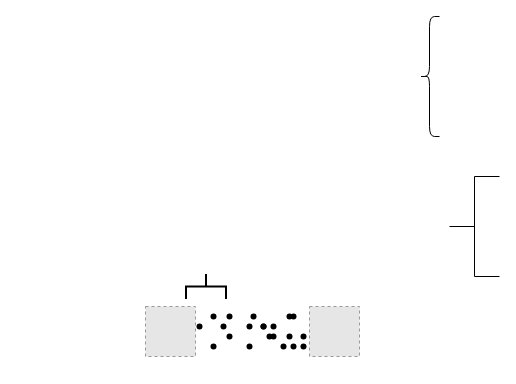
Before: page "Page-1" (1 of 2) of wisdom.drawio in wanggnoc/drawio, a draw.io diagram. Source tidied: cells renumbered, new cells numbered last; positions are measured from the earlier drawing's top-left corner, leaving out a move shared by most shapes. Both pictures are drawn from the tidied source at 100%, with x=0, y=0 at pixel (145, 16). Pictures stored in the file or linked from it are replaced by grey dashed boxes.
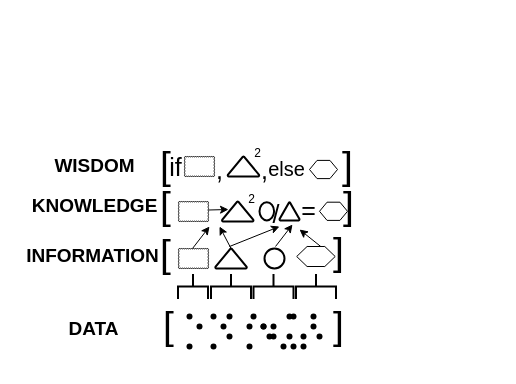
The same page after the edit.

The edit, as a diff of the source:
```diff
@@
-    <mxCell id="28" style="shape=curlyBracket;whiteSpace=wrap;html=1;rounded=1;" parent="1" vertex="1">
-      <mxGeometry x="274" width="20" height="120" as="geometry" />
-    </mxCell>
     <mxCell id="29" style="strokeWidth=2;html=1;shape=mxgraph.flowchart.annotation_2;align=left;labelPosition=right;rotation=90;" parent="1" vertex="1">
-      <mxGeometry x="48" y="250" width="25" height="40" as="geometry" />
+      <mxGeometry x="35" y="255" width="25" height="30" as="geometry" />
     </mxCell>
-    <mxCell id="30" style="html=1;shape=mxgraph.flowchart.annotation_2;align=left;labelPosition=right;" parent="1" vertex="1">
-      <mxGeometry x="304" y="160" width="50" height="100" as="geometry" />
-    </mxCell>
-    <mxCell id="31" style="fillColor=#E6E6E6;strokeColor=#999999;dashed=1;html=1;verticalAlign=top;verticalLabelPosition=bottom;labelBackgroundColor=#ffffff;" parent="1" vertex="1">
-      <mxGeometry y="290" width="50" height="50" as="geometry" />
-    </mxCell>
-    <mxCell id="32" style="fillColor=#E6E6E6;strokeColor=#999999;dashed=1;html=1;verticalAlign=top;verticalLabelPosition=bottom;labelBackgroundColor=#ffffff;" parent="1" vertex="1">
-      <mxGeometry x="164" y="290" width="50" height="50" as="geometry" />
-    </mxCell>
+    <mxCell id="33" style="strokeWidth=2;html=1;shape=mxgraph.flowchart.annotation_2;align=left;labelPosition=right;rotation=90;" parent="1" vertex="1">
+      <mxGeometry x="73" y="250" width="25" height="40" as="geometry" />
+    </mxCell>
+    <mxCell id="34" style="strokeWidth=2;html=1;shape=mxgraph.flowchart.annotation_2;align=left;labelPosition=right;rotation=90;" parent="1" vertex="1">
+      <mxGeometry x="158" y="250" width="25" height="40" as="geometry" />
+    </mxCell>
+    <mxCell id="35" style="strokeWidth=2;html=1;shape=mxgraph.flowchart.annotation_2;align=left;labelPosition=right;rotation=90;" parent="1" vertex="1">
+      <mxGeometry x="115.5" y="250" width="25" height="40" as="geometry" />
+    </mxCell>
+    <mxCell id="36" value="&lt;font style=&quot;font-size: 19px&quot;&gt;&lt;b&gt;DATA&lt;/b&gt;&lt;/font&gt;" style="text;html=1;align=center;verticalAlign=middle;strokeColor=none;" parent="1" vertex="1">
+      <mxGeometry x="-87" y="303" width="70" height="20" as="geometry" />
+    </mxCell>
+    <mxCell id="37" value="&lt;font style=&quot;font-size: 39px&quot;&gt;[&lt;/font&gt;" style="text;html=1;align=center;verticalAlign=middle;strokeColor=none;fontStyle=0;" parent="1" vertex="1">
+      <mxGeometry x="8" y="295" width="30" height="30" as="geometry" />
+    </mxCell>
+    <mxCell id="38" value="&lt;font style=&quot;font-size: 39px&quot;&gt;]&lt;/font&gt;" style="text;html=1;align=center;verticalAlign=middle;strokeColor=none;" parent="1" vertex="1">
+      <mxGeometry x="178" y="295" width="30" height="30" as="geometry" />
+    </mxCell>
+    <mxCell id="39" style="whiteSpace=wrap;html=1;shape=mxgraph.basic.cloud_rect;fontColor=#000000;" parent="1" vertex="1">
+      <mxGeometry x="33" y="232" width="30" height="20" as="geometry" />
+    </mxCell>
+    <mxCell id="40" style="strokeWidth=2;html=1;shape=mxgraph.flowchart.extract_or_measurement;whiteSpace=wrap;fontColor=#000000;" parent="1" vertex="1">
+      <mxGeometry x="69.8" y="232" width="31.5" height="20" as="geometry" />
+    </mxCell>
+    <mxCell id="41" style="strokeWidth=2;html=1;shape=mxgraph.flowchart.start_2;whiteSpace=wrap;fontColor=#000000;" parent="1" vertex="1">
+      <mxGeometry x="119" y="232" width="20" height="20" as="geometry" />
+    </mxCell>
+    <mxCell id="42" style="verticalLabelPosition=bottom;verticalAlign=top;html=1;shape=hexagon;perimeter=hexagonPerimeter2;arcSize=6;size=0.27;fontColor=#000000;" parent="1" vertex="1">
+      <mxGeometry x="151.2" y="230" width="38.5" height="20" as="geometry" />
+    </mxCell>
+    <mxCell id="43" style="endArrow=classic;html=1;fontColor=#000000;" parent="1" edge="1">
+      <mxGeometry relative="1" as="geometry">
+        <mxPoint x="47" y="232" as="sourcePoint" />
+        <mxPoint x="64" y="210" as="targetPoint" />
+      </mxGeometry>
+    </mxCell>
+    <mxCell id="44" style="endArrow=classic;html=1;fontColor=#000000;" parent="1" edge="1">
+      <mxGeometry relative="1" as="geometry">
+        <mxPoint x="130" y="230" as="sourcePoint" />
+        <mxPoint x="147" y="208" as="targetPoint" />
+      </mxGeometry>
+    </mxCell>
+    <mxCell id="45" style="endArrow=classic;html=1;fontColor=#000000;" parent="1" edge="1">
+      <mxGeometry relative="1" as="geometry">
+        <mxPoint x="84" y="230" as="sourcePoint" />
+        <mxPoint x="134" y="210" as="targetPoint" />
+      </mxGeometry>
+    </mxCell>
+    <mxCell id="46" style="endArrow=classic;html=1;fontColor=#000000;exitX=0.5;exitY=0;exitDx=0;exitDy=0;exitPerimeter=0;" parent="1" edge="1" source="40">
+      <mxGeometry relative="1" as="geometry">
+        <mxPoint x="74" y="210" as="targetPoint" />
+      </mxGeometry>
+    </mxCell>
+    <mxCell id="47" value="2" style="text;html=1;align=center;verticalAlign=middle;strokeColor=none;fontColor=#000000;" parent="1" vertex="1">
+      <mxGeometry x="95.5" y="173" width="20" height="20" as="geometry" />
+    </mxCell>
+    <mxCell id="48" style="group;" parent="1" vertex="1">
+      <mxGeometry x="114" y="173" width="80" height="43.6" as="geometry" />
+    </mxCell>
+    <mxCell id="49" value="=" style="text;html=1;align=center;verticalAlign=middle;strokeColor=none;fontSize=25;fontColor=#000000;" parent="48" vertex="1">
+      <mxGeometry x="34.2" width="30" height="40" as="geometry" />
+    </mxCell>
+    <mxCell id="50" style="group;" parent="48" vertex="1">
+      <mxGeometry y="3.6" width="80" height="40" as="geometry" />
+    </mxCell>
+    <mxCell id="51" value="&lt;font style=&quot;font-size: 25px&quot;&gt;/&amp;nbsp;&lt;/font&gt;" style="text;html=1;align=center;verticalAlign=middle;strokeColor=none;fontColor=#000000;fontSize=25;" parent="50" vertex="1">
+      <mxGeometry x="5.4" width="30" height="40" as="geometry" />
+    </mxCell>
+    <mxCell id="52" style="group;" parent="50" vertex="1">
+      <mxGeometry y="9.1" width="80" height="18.2" as="geometry" />
+    </mxCell>
+    <mxCell id="53" style="strokeWidth=2;html=1;shape=mxgraph.flowchart.start_2;whiteSpace=wrap;fontColor=#000000;" parent="52" vertex="1">
+      <mxGeometry width="14.6" height="18.2" as="geometry" />
+    </mxCell>
+    <mxCell id="54" style="strokeWidth=2;html=1;shape=mxgraph.flowchart.extract_or_measurement;whiteSpace=wrap;fontColor=#000000;" parent="52" vertex="1">
+      <mxGeometry x="20" width="20" height="18.2" as="geometry" />
+    </mxCell>
+    <mxCell id="55" style="verticalLabelPosition=bottom;verticalAlign=top;html=1;shape=hexagon;perimeter=hexagonPerimeter2;arcSize=6;size=0.27;fontColor=#000000;" parent="52" vertex="1">
+      <mxGeometry x="60" width="28" height="18.2" as="geometry" />
+    </mxCell>
+    <mxCell id="56" style="endArrow=classic;html=1;fontColor=#000000;exitX=0.625;exitY=0;exitDx=0;exitDy=0;" parent="1" edge="1" source="42">
+      <mxGeometry relative="1" as="geometry">
+        <mxPoint x="154" y="213" as="targetPoint" />
+        <Array as="points">
+          <mxPoint x="154" y="213" />
+        </Array>
+      </mxGeometry>
+    </mxCell>
+    <mxCell id="57" style="text;html=1;align=center;verticalAlign=middle;strokeColor=none;fontSize=25;fontColor=#000000;" parent="1" vertex="1">
+      <mxGeometry x="14" y="220" width="20" height="40" as="geometry" />
+    </mxCell>
+    <mxCell id="58" value="&lt;font style=&quot;font-size: 39px&quot;&gt;[&lt;/font&gt;" style="text;html=1;align=center;verticalAlign=middle;strokeColor=none;fontStyle=0;" parent="1" vertex="1">
+      <mxGeometry x="5" y="223" width="30" height="30" as="geometry" />
+    </mxCell>
+    <mxCell id="59" value="&lt;font style=&quot;font-size: 39px&quot;&gt;]&lt;/font&gt;" style="text;html=1;align=center;verticalAlign=middle;strokeColor=none;" parent="1" vertex="1">
+      <mxGeometry x="178" y="221" width="30" height="30" as="geometry" />
+    </mxCell>
+    <mxCell id="60" style="group;" parent="1" vertex="1">
+      <mxGeometry x="33" y="185" width="75" height="20" as="geometry" />
+    </mxCell>
+    <mxCell id="61" style="whiteSpace=wrap;html=1;shape=mxgraph.basic.cloud_rect;fontColor=#000000;" parent="60" vertex="1">
+      <mxGeometry width="30" height="20" as="geometry" />
+    </mxCell>
+    <mxCell id="62" style="strokeWidth=2;html=1;shape=mxgraph.flowchart.extract_or_measurement;whiteSpace=wrap;fontColor=#000000;" parent="60" vertex="1">
+      <mxGeometry x="43.5" width="31.5" height="20" as="geometry" />
+    </mxCell>
+    <mxCell id="63" style="endArrow=classic;html=1;fontColor=#000000;" parent="60" edge="1">
+      <mxGeometry relative="1" as="geometry">
+        <mxPoint x="30" y="8.5" as="sourcePoint" />
+        <mxPoint x="50" y="8" as="targetPoint" />
+        <Array as="points">
+          <mxPoint x="50" y="8" />
+        </Array>
+      </mxGeometry>
+    </mxCell>
+    <mxCell id="64" value="&lt;font style=&quot;font-size: 39px&quot;&gt;[&lt;/font&gt;" style="text;html=1;align=center;verticalAlign=middle;strokeColor=none;fontStyle=0;" parent="1" vertex="1">
+      <mxGeometry x="5" y="175" width="30" height="30" as="geometry" />
+    </mxCell>
+    <mxCell id="65" value="&lt;font style=&quot;font-size: 39px&quot;&gt;]&lt;/font&gt;" style="text;html=1;align=center;verticalAlign=middle;strokeColor=none;" parent="1" vertex="1">
+      <mxGeometry x="188" y="175" width="30" height="30" as="geometry" />
+    </mxCell>
+    <mxCell id="66" value="if" style="text;html=1;align=center;verticalAlign=middle;strokeColor=none;fontSize=25;fontColor=#000000;" parent="1" vertex="1">
+      <mxGeometry x="15" y="130" width="30" height="40" as="geometry" />
+    </mxCell>
+    <mxCell id="67" style="whiteSpace=wrap;html=1;shape=mxgraph.basic.cloud_rect;fontColor=#000000;" parent="1" vertex="1">
+      <mxGeometry x="39" y="140" width="30" height="20" as="geometry" />
+    </mxCell>
+    <mxCell id="68" style="strokeWidth=2;html=1;shape=mxgraph.flowchart.extract_or_measurement;whiteSpace=wrap;fontColor=#000000;" parent="1" vertex="1">
+      <mxGeometry x="82.2" y="140" width="31.5" height="20" as="geometry" />
+    </mxCell>
+    <mxCell id="69" value="," style="text;html=1;align=center;verticalAlign=middle;strokeColor=none;fontSize=25;fontColor=#000000;" parent="1" vertex="1">
+      <mxGeometry x="64" y="133" width="20" height="40" as="geometry" />
+    </mxCell>
+    <mxCell id="70" value="," style="text;html=1;align=center;verticalAlign=middle;strokeColor=none;fontSize=25;fontColor=#000000;" parent="1" vertex="1">
+      <mxGeometry x="109" y="133" width="20" height="40" as="geometry" />
+    </mxCell>
+    <mxCell id="71" value="&lt;font style=&quot;font-size: 12px&quot;&gt;2&lt;/font&gt;" style="text;html=1;align=center;verticalAlign=middle;strokeColor=none;fontSize=25;fontColor=#000000;" parent="1" vertex="1">
+      <mxGeometry x="102" y="111" width="20" height="40" as="geometry" />
+    </mxCell>
+    <mxCell id="72" value="&lt;font style=&quot;font-size: 20px&quot;&gt;else&lt;/font&gt;" style="text;html=1;align=center;verticalAlign=middle;strokeColor=none;fontSize=25;fontColor=#000000;" parent="1" vertex="1">
+      <mxGeometry x="116" y="130" width="50" height="40" as="geometry" />
+    </mxCell>
+    <mxCell id="73" value="&lt;font style=&quot;font-size: 39px&quot;&gt;]&lt;/font&gt;" style="text;html=1;align=center;verticalAlign=middle;strokeColor=none;" parent="1" vertex="1">
+      <mxGeometry x="187" y="135" width="30" height="30" as="geometry" />
+    </mxCell>
+    <mxCell id="74" style="verticalLabelPosition=bottom;verticalAlign=top;html=1;shape=hexagon;perimeter=hexagonPerimeter2;arcSize=6;size=0.27;fontColor=#000000;" parent="1" vertex="1">
+      <mxGeometry x="164" y="143.9" width="28" height="18.2" as="geometry" />
+    </mxCell>
+    <mxCell id="75" value="&lt;font style=&quot;font-size: 39px&quot;&gt;[&lt;/font&gt;" style="text;html=1;align=center;verticalAlign=middle;strokeColor=none;fontStyle=0;" parent="1" vertex="1">
+      <mxGeometry x="5" y="135" width="30" height="30" as="geometry" />
+    </mxCell>
+    <mxCell id="76" value="&lt;font style=&quot;font-size: 19px&quot;&gt;&lt;b&gt;INFORMATION&lt;/b&gt;&lt;/font&gt;" style="text;html=1;align=center;verticalAlign=middle;strokeColor=none;" parent="1" vertex="1">
+      <mxGeometry x="-128" y="230" width="150" height="20" as="geometry" />
+    </mxCell>
+    <mxCell id="77" value="&lt;font style=&quot;font-size: 19px&quot;&gt;&lt;b&gt;KNOWLEDGE&lt;/b&gt;&lt;/font&gt;" style="text;html=1;align=center;verticalAlign=middle;strokeColor=none;" parent="1" vertex="1">
+      <mxGeometry x="-121" y="180" width="140" height="20" as="geometry" />
+    </mxCell>
+    <mxCell id="78" value="&lt;font style=&quot;font-size: 19px&quot;&gt;&lt;b&gt;WISDOM&lt;/b&gt;&lt;/font&gt;" style="text;html=1;align=center;verticalAlign=middle;strokeColor=none;" parent="1" vertex="1">
+      <mxGeometry x="-101" y="140" width="100" height="20" as="geometry" />
+    </mxCell>
```
